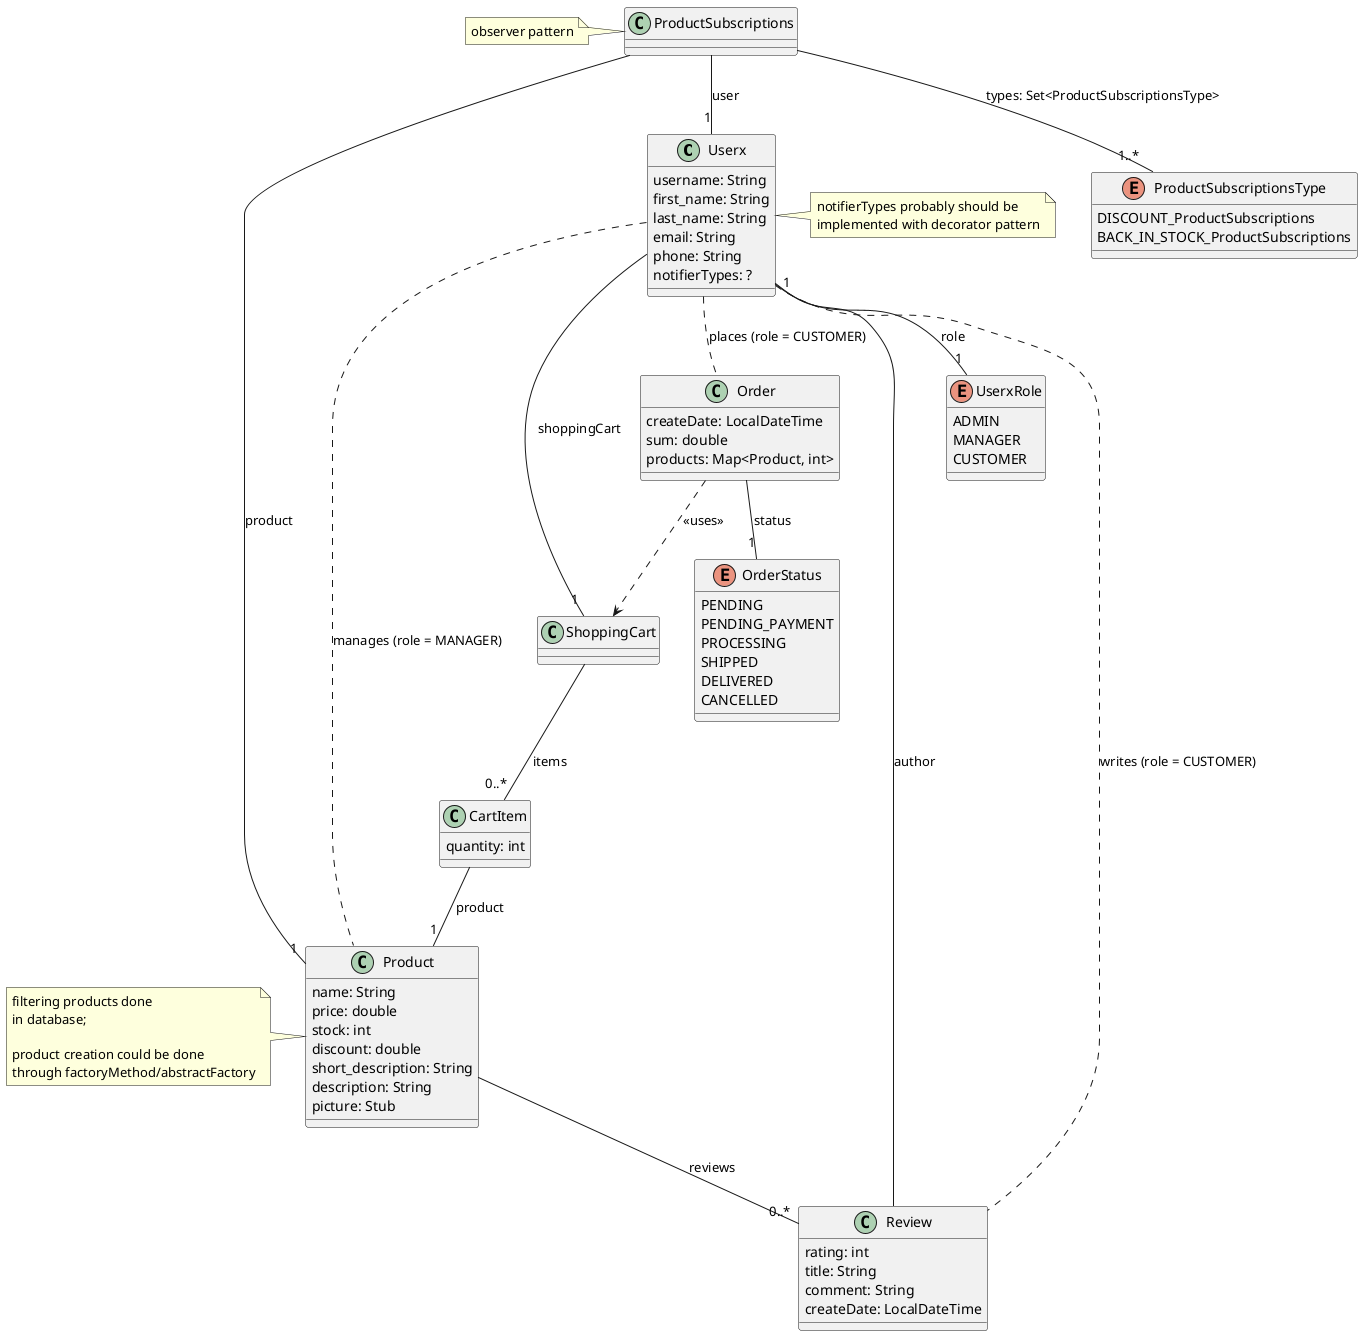
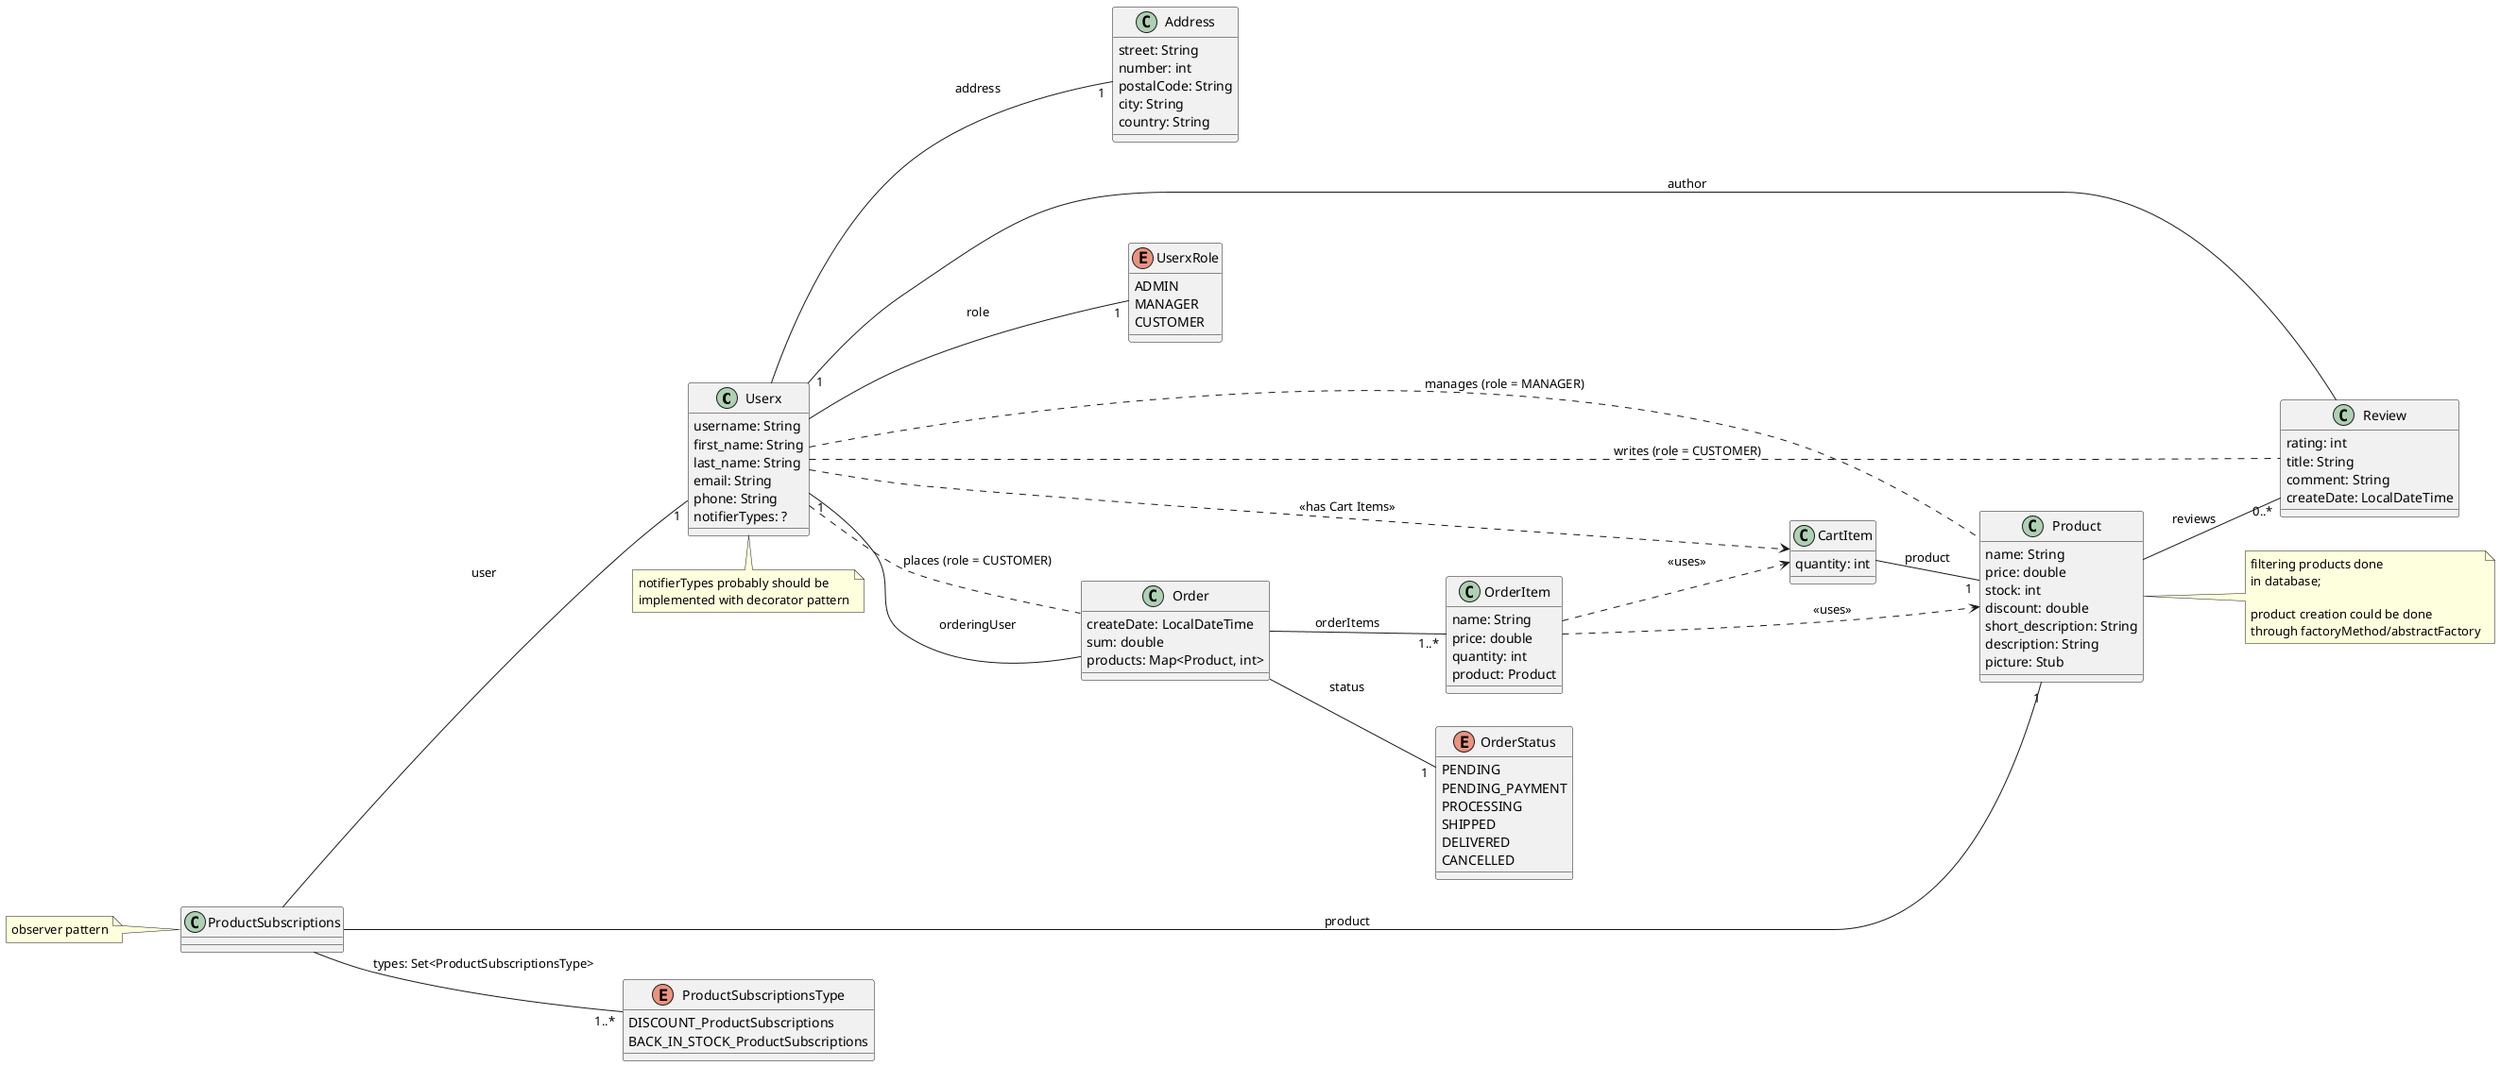
@startuml
+ left to right direction

class Userx {
    username: String
    first_name: String
    last_name: String
    email: String
    phone: String
    notifierTypes: ?
}
- note right
+ note bottom
    notifierTypes probably should be
    implemented with decorator pattern
end note

enum UserxRole {
    ADMIN
    MANAGER
    CUSTOMER
}

class Product {
    name: String
    price: double
    stock: int
    discount: double /'in interval [0, 1] 0 -> 0%, 1 -> 100% discount'/
    short_description: String
    description: String
    picture: Stub
}
- note left
+ note right
    filtering products done
    in database;

    product creation could be done
    through factoryMethod/abstractFactory
end note

class Review {
    rating: int /'in interval [1, 5]'/
    title: String
    comment: String
    createDate: LocalDateTime
- }
- 
- class ShoppingCart {
}

class CartItem {
  quantity: int
}

class Order {
    createDate: LocalDateTime
    sum: double
    products: Map<Product, int>
}

enum OrderStatus {
    PENDING
    PENDING_PAYMENT
    PROCESSING
    SHIPPED
    DELIVERED
    CANCELLED
}

class ProductSubscriptions {
}
note left
    observer pattern
end note

enum ProductSubscriptionsType {
    DISCOUNT_ProductSubscriptions
    BACK_IN_STOCK_ProductSubscriptions
}

+ class OrderItem {
+     name: String
+     price: double
+     quantity: int
+     product: Product
+ }
+ 
+ class Address {
+     street: String
+     number: int
+     postalCode: String
+     city: String
+     country: String
+ }
+ 
'associations:
Userx -- "1" UserxRole: role
- Userx -- "1" ShoppingCart: shoppingCart
+ Userx -- "1" Address: address

Userx .. Review: writes (role = CUSTOMER)
Userx .. Order: places (role = CUSTOMER)
Userx .. Product: manages (role = MANAGER)

Review -- "1" Userx: author

Product -- "0..*" Review: reviews

- ShoppingCart -- "0..*" CartItem: items
CartItem -- "1" Product: product

Order -- "1" OrderStatus: status
- Order ..> ShoppingCart: <<uses>>
+ Order -- "1..*" OrderItem: orderItems
+ Order -- "1" Userx: orderingUser
+ 
+ OrderItem ..> CartItem: <<uses>>
+ OrderItem ..> Product: <<uses>>
+ Userx ..> CartItem: <<has Cart Items>>

ProductSubscriptions -- "1" Userx: user
ProductSubscriptions -- "1" Product: product
ProductSubscriptions -- "1..*" ProductSubscriptionsType: types: Set<ProductSubscriptionsType>

@enduml